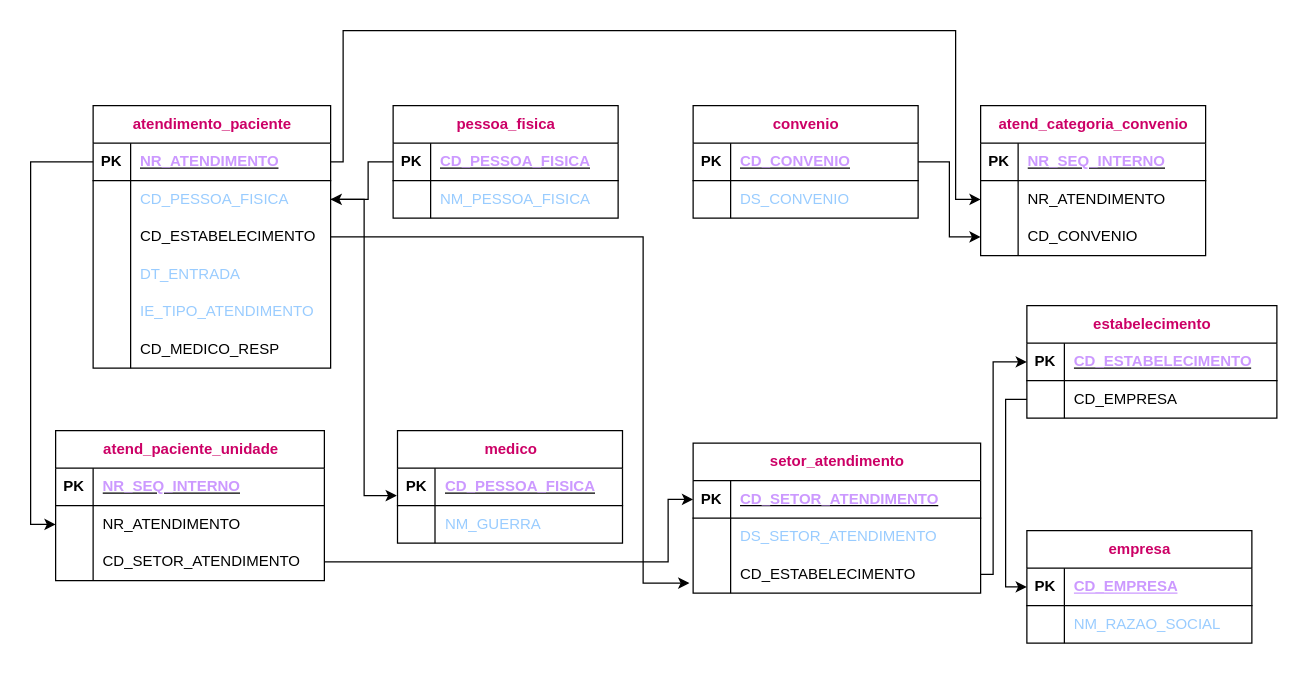
This is Exercício_10.drawio from PatriciaGavloski/diagramas.sql, a draw.io file, before an edit. Source tidied: cells renumbered, new cells numbered last; positions are measured from the earlier drawing's top-left corner, leaving out a move shared by most shapes. Both pictures are drawn from the tidied source at 125%, with x=0, y=0 at pixel (55, 30).
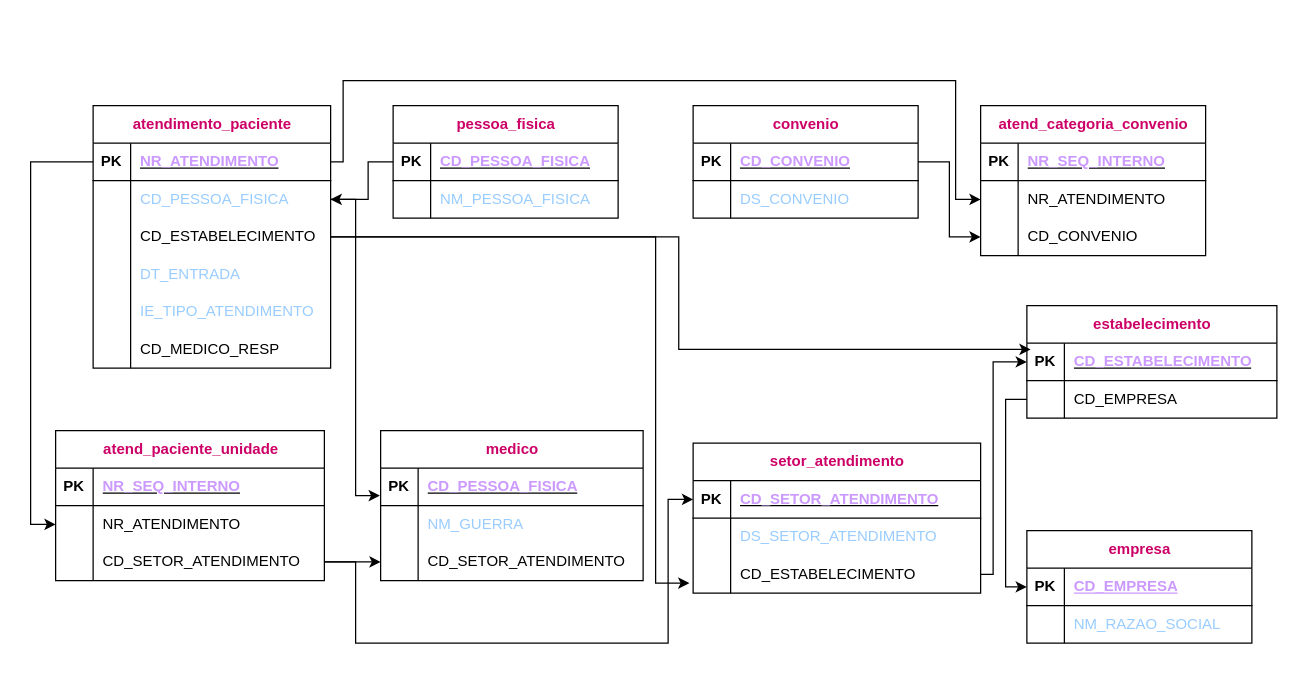
The same page after the edit.

The change refers to these unchanged cells:
```xml
<mxCell id="3" style="shape=tableRow;horizontal=0;startSize=0;swimlaneHead=0;swimlaneBody=0;fillColor=none;points=[[0,0.5],[1,0.5]];portConstraint=eastwest;top=0;left=0;right=0;bottom=1;" parent="2" vertex="1">
  <mxGeometry y="30" width="190" height="30" as="geometry" />
</mxCell>
<mxCell id="6" style="shape=tableRow;horizontal=0;startSize=0;swimlaneHead=0;swimlaneBody=0;fillColor=none;points=[[0,0.5],[1,0.5]];portConstraint=eastwest;top=0;left=0;right=0;bottom=0;" parent="2" vertex="1">
  <mxGeometry y="60" width="190" height="30" as="geometry" />
</mxCell>
<mxCell id="9" style="shape=tableRow;horizontal=0;startSize=0;swimlaneHead=0;swimlaneBody=0;fillColor=none;points=[[0,0.5],[1,0.5]];portConstraint=eastwest;top=0;left=0;right=0;bottom=0;" parent="2" vertex="1">
  <mxGeometry y="90" width="190" height="30" as="geometry" />
</mxCell>
<mxCell id="42" style="shape=tableRow;horizontal=0;startSize=0;swimlaneHead=0;swimlaneBody=0;fillColor=none;points=[[0,0.5],[1,0.5]];portConstraint=eastwest;top=0;left=0;right=0;bottom=0;" parent="35" vertex="1">
  <mxGeometry y="90" width="215" height="30" as="geometry" />
</mxCell>
<mxCell id="53" style="shape=tableRow;horizontal=0;startSize=0;swimlaneHead=0;swimlaneBody=0;fillColor=none;points=[[0,0.5],[1,0.5]];portConstraint=eastwest;top=0;left=0;right=0;bottom=1;" parent="52" vertex="1">
  <mxGeometry y="30" width="230" height="30" as="geometry" />
</mxCell>
<mxCell id="59" style="shape=tableRow;horizontal=0;startSize=0;swimlaneHead=0;swimlaneBody=0;fillColor=none;points=[[0,0.5],[1,0.5]];portConstraint=eastwest;top=0;left=0;right=0;bottom=0;" parent="52" vertex="1">
  <mxGeometry y="90" width="230" height="30" as="geometry" />
</mxCell>
<mxCell id="66" style="shape=tableRow;horizontal=0;startSize=0;swimlaneHead=0;swimlaneBody=0;fillColor=none;points=[[0,0.5],[1,0.5]];portConstraint=eastwest;top=0;left=0;right=0;bottom=0;" parent="62" vertex="1">
  <mxGeometry y="60" width="180" height="30" as="geometry" />
</mxCell>
<mxCell id="87" style="shape=tableRow;horizontal=0;startSize=0;swimlaneHead=0;swimlaneBody=0;fillColor=none;points=[[0,0.5],[1,0.5]];portConstraint=eastwest;top=0;left=0;right=0;bottom=1;" parent="86" vertex="1">
  <mxGeometry y="30" width="200" height="30" as="geometry" />
</mxCell>
```

Diff of the diagram source:
```diff
@@
     <mxCell id="28" value="&lt;font color=&quot;#cc0066&quot;&gt;medico&lt;/font&gt;" style="shape=table;startSize=30;childLayout=tableLayout;rowLines=0;fontStyle=1;align=center;html=1;" parent="1" vertex="1">
-      <mxGeometry x="273.5" y="320" width="180" height="90" as="geometry" />
+      <mxGeometry x="260" y="320" width="210" height="120" as="geometry" />
     </mxCell>
     <mxCell id="29" style="shape=tableRow;horizontal=0;startSize=0;swimlaneHead=0;swimlaneBody=0;fillColor=none;points=[[0,0.5],[1,0.5]];portConstraint=eastwest;top=0;left=0;right=0;bottom=1;" parent="28" vertex="1">
-      <mxGeometry y="30" width="180" height="30" as="geometry" />
+      <mxGeometry y="30" width="210" height="30" as="geometry" />
     </mxCell>
@@
     <mxCell id="31" value="&lt;font color=&quot;#cc99ff&quot;&gt;CD_PESSOA_FISICA&lt;/font&gt;" style="shape=partialRectangle;fillColor=none;top=0;left=0;bottom=0;right=0;align=left;spacingLeft=6;fontStyle=5;overflow=hidden;whiteSpace=wrap;html=1;" parent="29" vertex="1">
-      <mxGeometry x="30" width="150" height="30" as="geometry" />
+      <mxGeometry x="30" width="180" height="30" as="geometry" />
     </mxCell>
     <mxCell id="32" style="shape=tableRow;horizontal=0;startSize=0;swimlaneHead=0;swimlaneBody=0;fillColor=none;top=0;left=0;right=0;bottom=0;" parent="28" vertex="1">
-      <mxGeometry y="60" width="180" height="30" as="geometry" />
+      <mxGeometry y="60" width="210" height="30" as="geometry" />
     </mxCell>
@@
     <mxCell id="34" value="&lt;font color=&quot;#99ccff&quot;&gt;NM_GUERRA&lt;/font&gt;" style="shape=partialRectangle;fillColor=none;top=0;left=0;bottom=0;right=0;align=left;spacingLeft=6;overflow=hidden;whiteSpace=wrap;html=1;" parent="32" vertex="1">
-      <mxGeometry x="30" width="150" height="30" as="geometry" />
+      <mxGeometry x="30" width="180" height="30" as="geometry" />
     </mxCell>
+    <mxCell id="95" style="shape=tableRow;horizontal=0;startSize=0;swimlaneHead=0;swimlaneBody=0;fillColor=none;points=[[0,0.5],[1,0.5]];portConstraint=eastwest;top=0;left=0;right=0;bottom=0;" parent="28" vertex="1">
+      <mxGeometry y="90" width="210" height="30" as="geometry" />
+    </mxCell>
+    <mxCell id="96" style="shape=partialRectangle;fillColor=none;top=0;left=0;bottom=0;right=0;overflow=hidden;whiteSpace=wrap;html=1;" parent="95" vertex="1">
+      <mxGeometry width="30" height="30" as="geometry" />
+    </mxCell>
+    <mxCell id="97" value="CD_SETOR_ATENDIMENTO" style="shape=partialRectangle;fillColor=none;top=0;left=0;bottom=0;right=0;align=left;spacingLeft=6;overflow=hidden;whiteSpace=wrap;html=1;" parent="95" vertex="1">
+      <mxGeometry x="30" width="180" height="30" as="geometry" />
+    </mxCell>
@@
     <mxCell id="75" style="edgeStyle=orthogonalEdgeStyle;rounded=0;jettySize=auto;html=1;exitX=1;exitY=0.5;exitDx=0;exitDy=0;entryX=-0.003;entryY=0.733;entryDx=0;entryDy=0;entryPerimeter=0;" parent="1" edge="1" source="6" target="29">
-      <mxGeometry relative="1" as="geometry" />
+      <mxGeometry relative="1" as="geometry">
+        <Array as="points">
+          <mxPoint x="240" y="135" />
+          <mxPoint x="240" y="372" />
+        </Array>
+      </mxGeometry>
     </mxCell>
     <mxCell id="76" style="edgeStyle=orthogonalEdgeStyle;rounded=0;jettySize=auto;html=1;exitX=1;exitY=0.5;exitDx=0;exitDy=0;entryX=0;entryY=0.5;entryDx=0;entryDy=0;" parent="1" edge="1" source="3" target="66">
       <mxGeometry relative="1" as="geometry">
         <Array as="points">
           <mxPoint x="230" y="105" />
-          <mxPoint x="230" />
-          <mxPoint x="720" />
+          <mxPoint x="230" y="40" />
+          <mxPoint x="720" y="40" />
           <mxPoint x="720" y="135" />
         </Array>
       </mxGeometry>
     </mxCell>
     <mxCell id="77" style="edgeStyle=orthogonalEdgeStyle;rounded=0;jettySize=auto;html=1;entryX=0;entryY=0.5;entryDx=0;entryDy=0;" parent="1" edge="1" source="42" target="53">
       <mxGeometry relative="1" as="geometry">
         <Array as="points">
-          <mxPoint x="490" y="425" />
+          <mxPoint x="240" y="425" />
+          <mxPoint x="240" y="490" />
+          <mxPoint x="490" y="490" />
           <mxPoint x="490" y="375" />
         </Array>
       </mxGeometry>
     </mxCell>
@@
     <mxCell id="85" style="edgeStyle=orthogonalEdgeStyle;rounded=0;jettySize=auto;html=1;exitX=1;exitY=0.5;exitDx=0;exitDy=0;entryX=-0.013;entryY=0.733;entryDx=0;entryDy=0;entryPerimeter=0;" parent="1" edge="1" source="9" target="59">
       <mxGeometry relative="1" as="geometry">
         <Array as="points">
-          <mxPoint x="470" y="165" />
-          <mxPoint x="470" y="442" />
+          <mxPoint x="480" y="165" />
+          <mxPoint x="480" y="442" />
         </Array>
       </mxGeometry>
     </mxCell>
@@
+    <mxCell id="98" style="edgeStyle=orthogonalEdgeStyle;rounded=0;jettySize=auto;html=1;exitX=1;exitY=0.5;exitDx=0;exitDy=0;entryX=0.015;entryY=0.167;entryDx=0;entryDy=0;entryPerimeter=0;" parent="1" edge="1" source="9" target="87">
+      <mxGeometry relative="1" as="geometry" />
+    </mxCell>
+    <mxCell id="99" style="edgeStyle=orthogonalEdgeStyle;rounded=0;jettySize=auto;html=1;exitX=1;exitY=0.5;exitDx=0;exitDy=0;entryX=0;entryY=0.5;entryDx=0;entryDy=0;" parent="1" edge="1" source="42" target="95">
+      <mxGeometry relative="1" as="geometry" />
+    </mxCell>
```
